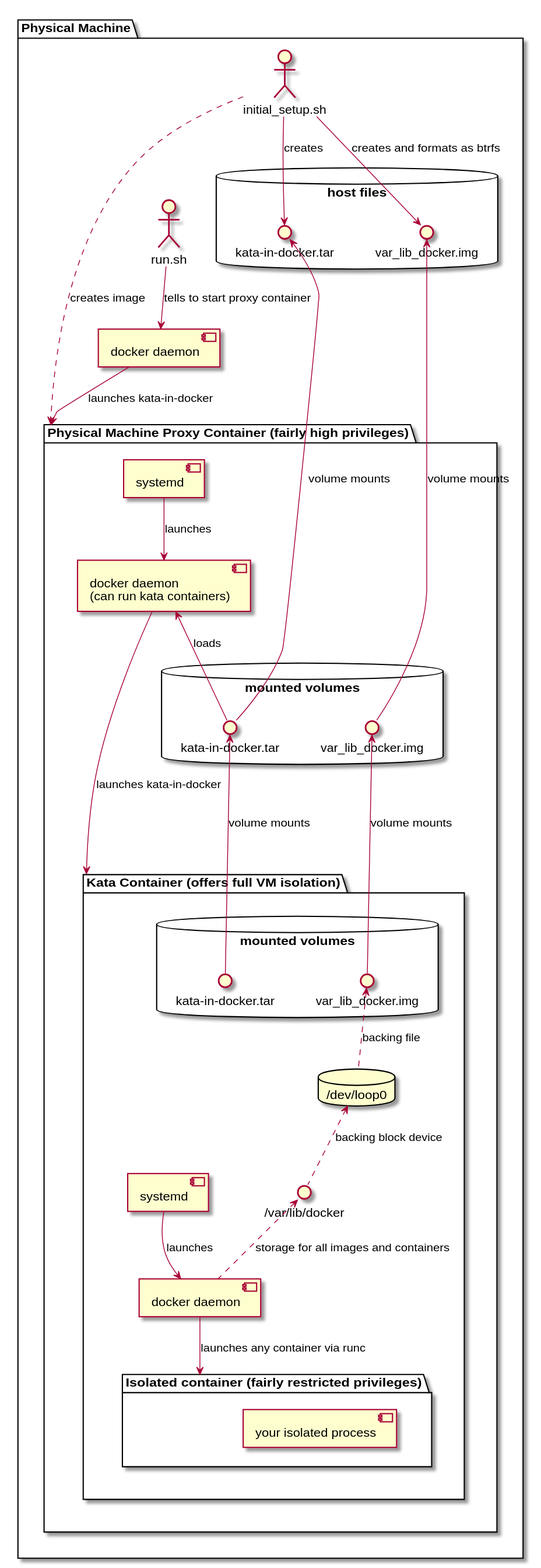
This is docs/relationships.svg from daniel-noland/docker-in-kata, a PlantUML export, as it was before one commit.
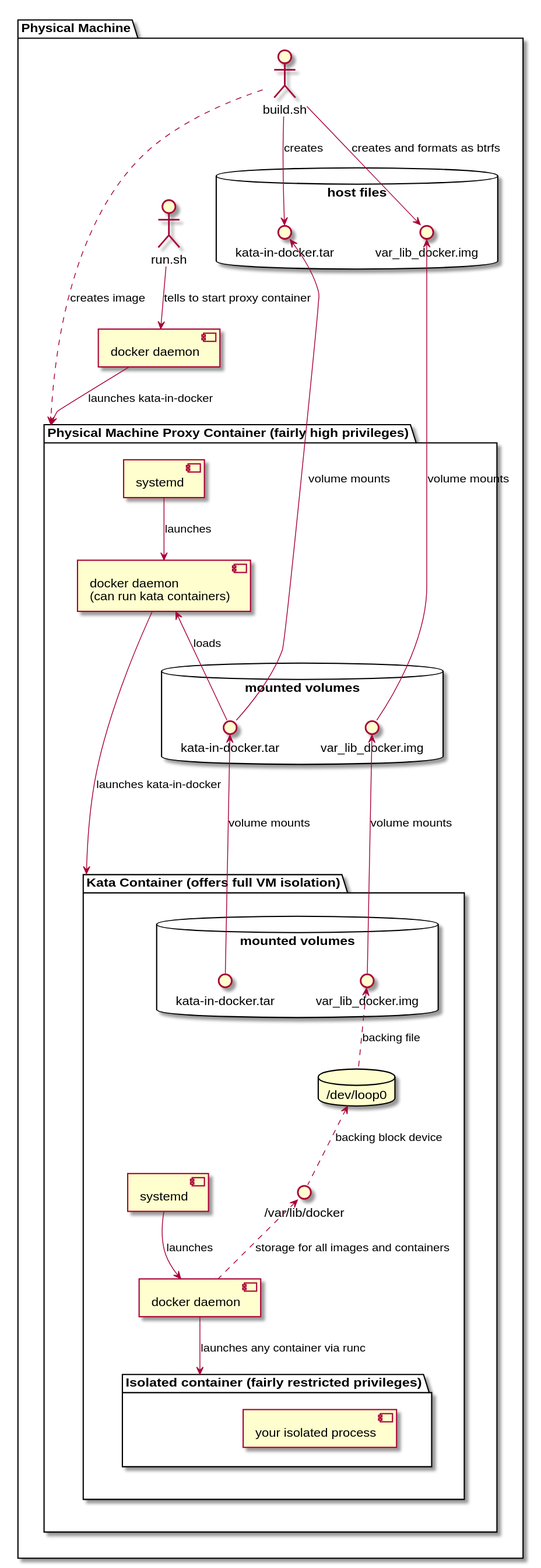
After the change.

Commit message:
Touched up build system

The new build should be faster and more portable.
Looking to get this system tested on other machines.

The edit, as a diff of the source:
```diff
@@ -2,7 +2,7 @@
 skinparam componentStyle uml2
 
 package "Physical Machine" as physical {
-    initial_setup.sh as initialSetup
+    build.sh as initialSetup
     initialSetup ....> proxy : creates image
     run.sh as runScript
     [docker daemon] as outerDocker
```
